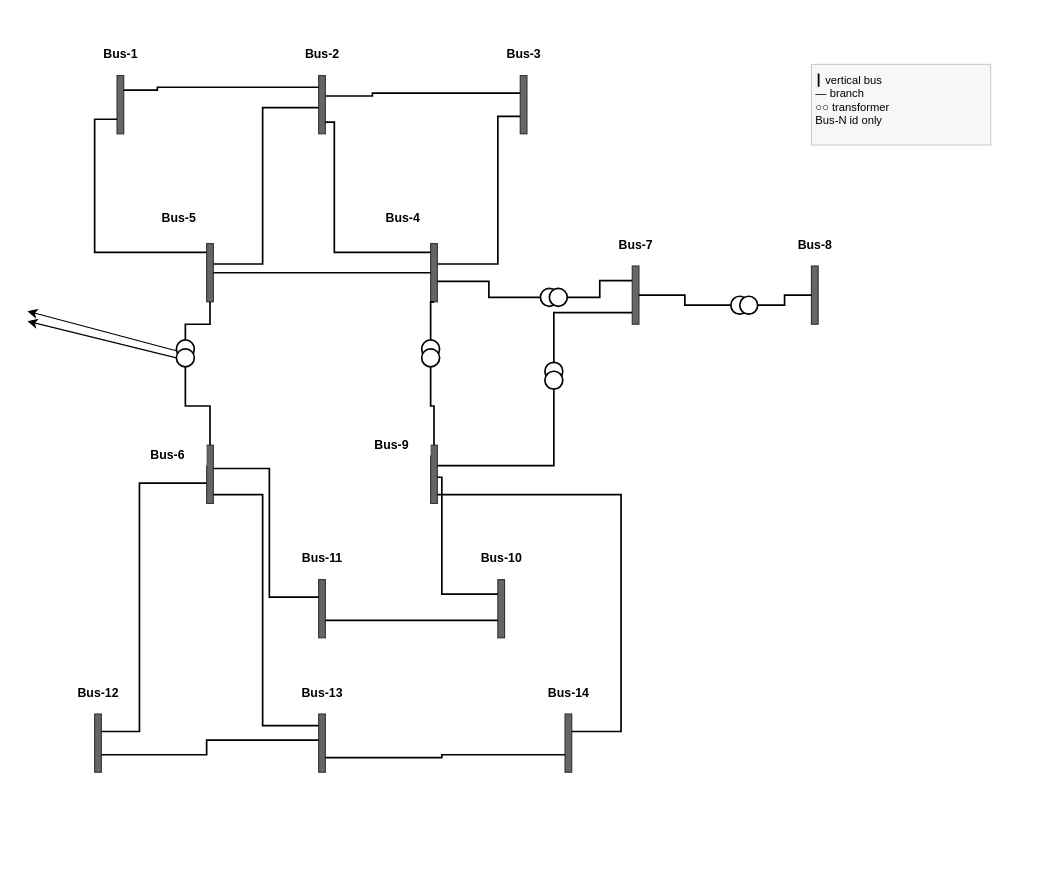
The draw.io diagram wspace/template/ieee14-oneline.drawio in InterPSS-Project/ipss-agent, before the edit. Source tidied: cells renumbered, new cells numbered last; positions are measured from the earlier drawing's top-left corner, leaving out a move shared by most shapes. Both pictures are drawn from the tidied source at 112%, with x=0, y=0 at pixel (27, 19).
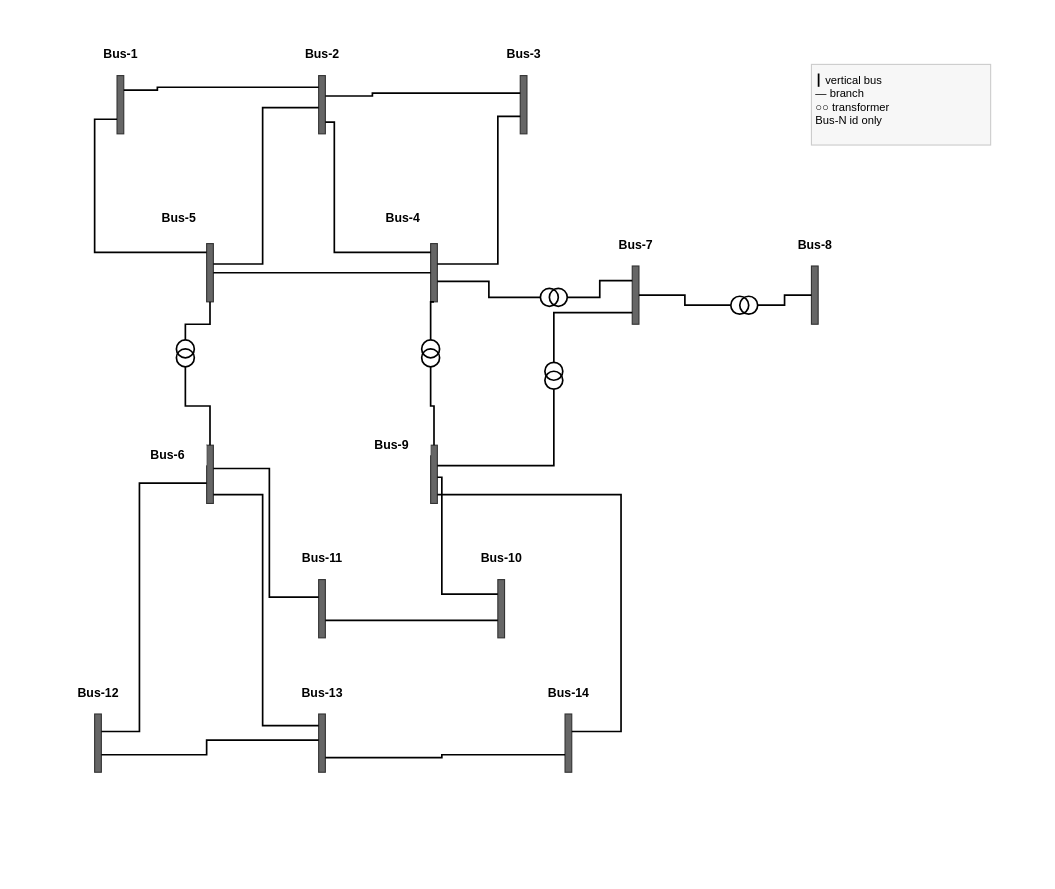
The same diagram, later.

Commit message (it also covers changes not shown here):
Update version to 0.6.5 and enhance diagram rendering features

Unchanged cells that the change refers to:
```xml
<mxCell id="2" style="rounded=0;fillColor=#FFFFFF;strokeColor=none;" parent="1" vertex="1">
  <mxGeometry width="900" height="760" as="geometry" />
</mxCell>
<mxCell id="58" style="group;" parent="1" vertex="1">
  <mxGeometry x="462" y="306" width="16" height="24" as="geometry" />
</mxCell>
<mxCell id="61" style="group;" parent="1" vertex="1">
  <mxGeometry x="352" y="286" width="16" height="24" as="geometry" />
</mxCell>
<mxCell id="64" style="group;" parent="1" vertex="1">
  <mxGeometry x="628" y="247" width="24" height="16" as="geometry" />
</mxCell>
<mxCell id="67" style="group;" parent="1" vertex="1">
  <mxGeometry x="133" y="286" width="16" height="24" as="geometry" />
</mxCell>
<mxCell id="70" style="group;" parent="1" vertex="1">
  <mxGeometry x="458" y="240" width="24" height="16" as="geometry" />
</mxCell>
```

The edit, as a diff of the source:
```diff
@@
-    <mxCell id="43" style="edgeStyle=none;html=1;exitX=0;exitY=0;exitDx=0;exitDy=0;" parent="1" edge="1" source="69" target="2">
-      <mxGeometry relative="1" as="geometry" />
-    </mxCell>
@@
-    <mxCell id="59" style="ellipse;fillColor=#FFFFFF;strokeColor=#000000;strokeWidth=1.5;" parent="58" vertex="1">
+    <mxCell id="59" style="ellipse;fillColor=none;strokeColor=#000000;strokeWidth=1.5;" parent="58" vertex="1">
       <mxGeometry width="16" height="16" as="geometry" />
     </mxCell>
-    <mxCell id="60" style="ellipse;fillColor=#FFFFFF;strokeColor=#000000;strokeWidth=1.5;" parent="58" vertex="1">
+    <mxCell id="60" style="ellipse;fillColor=none;strokeColor=#000000;strokeWidth=1.5;" parent="58" vertex="1">
       <mxGeometry y="8" width="16" height="16" as="geometry" />
     </mxCell>
@@
-    <mxCell id="62" style="ellipse;fillColor=#FFFFFF;strokeColor=#000000;strokeWidth=1.5;" parent="61" vertex="1">
+    <mxCell id="62" style="ellipse;fillColor=none;strokeColor=#000000;strokeWidth=1.5;" parent="61" vertex="1">
       <mxGeometry width="16" height="16" as="geometry" />
     </mxCell>
-    <mxCell id="63" style="ellipse;fillColor=#FFFFFF;strokeColor=#000000;strokeWidth=1.5;" parent="61" vertex="1">
+    <mxCell id="63" style="ellipse;fillColor=none;strokeColor=#000000;strokeWidth=1.5;" parent="61" vertex="1">
       <mxGeometry y="8" width="16" height="16" as="geometry" />
     </mxCell>
@@
-    <mxCell id="65" style="ellipse;fillColor=#FFFFFF;strokeColor=#000000;strokeWidth=1.5;" parent="64" vertex="1">
+    <mxCell id="65" style="ellipse;fillColor=none;strokeColor=#000000;strokeWidth=1.5;" parent="64" vertex="1">
       <mxGeometry width="16" height="16" as="geometry" />
     </mxCell>
-    <mxCell id="66" style="ellipse;fillColor=#FFFFFF;strokeColor=#000000;strokeWidth=1.5;" parent="64" vertex="1">
+    <mxCell id="66" style="ellipse;fillColor=none;strokeColor=#000000;strokeWidth=1.5;" parent="64" vertex="1">
       <mxGeometry x="8" width="16" height="16" as="geometry" />
     </mxCell>
@@
-    <mxCell id="68" style="ellipse;fillColor=#FFFFFF;strokeColor=#000000;strokeWidth=1.5;" parent="67" vertex="1">
+    <mxCell id="68" style="ellipse;fillColor=none;strokeColor=#000000;strokeWidth=1.5;" parent="67" vertex="1">
       <mxGeometry width="16" height="16" as="geometry" />
     </mxCell>
-    <mxCell id="69" style="ellipse;fillColor=#FFFFFF;strokeColor=#000000;strokeWidth=1.5;" parent="67" vertex="1">
+    <mxCell id="69" style="ellipse;fillColor=none;strokeColor=#000000;strokeWidth=1.5;" parent="67" vertex="1">
       <mxGeometry y="8" width="16" height="16" as="geometry" />
     </mxCell>
@@
-    <mxCell id="71" style="ellipse;fillColor=#FFFFFF;strokeColor=#000000;strokeWidth=1.5;" parent="70" vertex="1">
+    <mxCell id="71" style="ellipse;fillColor=none;strokeColor=#000000;strokeWidth=1.5;" parent="70" vertex="1">
       <mxGeometry width="16" height="16" as="geometry" />
     </mxCell>
-    <mxCell id="72" style="ellipse;fillColor=#FFFFFF;strokeColor=#000000;strokeWidth=1.5;" parent="70" vertex="1">
+    <mxCell id="72" style="ellipse;fillColor=none;strokeColor=#000000;strokeWidth=1.5;" parent="70" vertex="1">
       <mxGeometry x="8" width="16" height="16" as="geometry" />
     </mxCell>
-    <mxCell id="73" style="edgeStyle=none;html=1;exitX=0;exitY=0.5;exitDx=0;exitDy=0;" parent="1" edge="1" source="69" target="2">
-      <mxGeometry relative="1" as="geometry" />
-    </mxCell>
```
